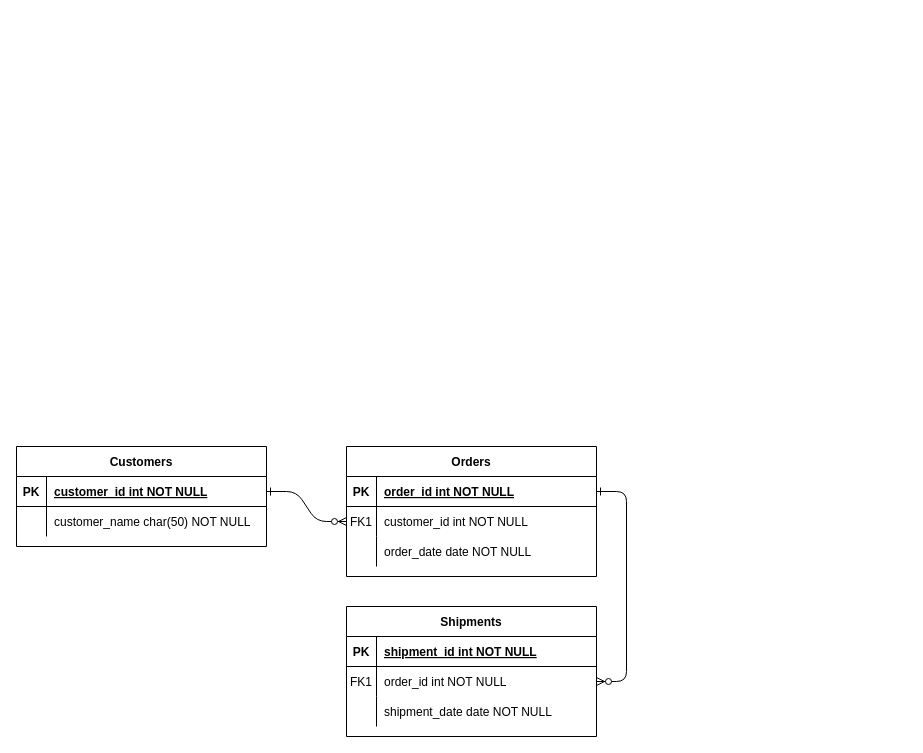
rlagudtn/Share keeps this draw.io diagram as ERD.drawio. Above is the earlier version. Source tidied: cells renumbered, new cells numbered last; positions are measured from the earlier drawing's top-left corner, leaving out a move shared by most shapes. Both pictures are drawn from the tidied source at 100%, with x=0, y=0 at pixel (16, 446).
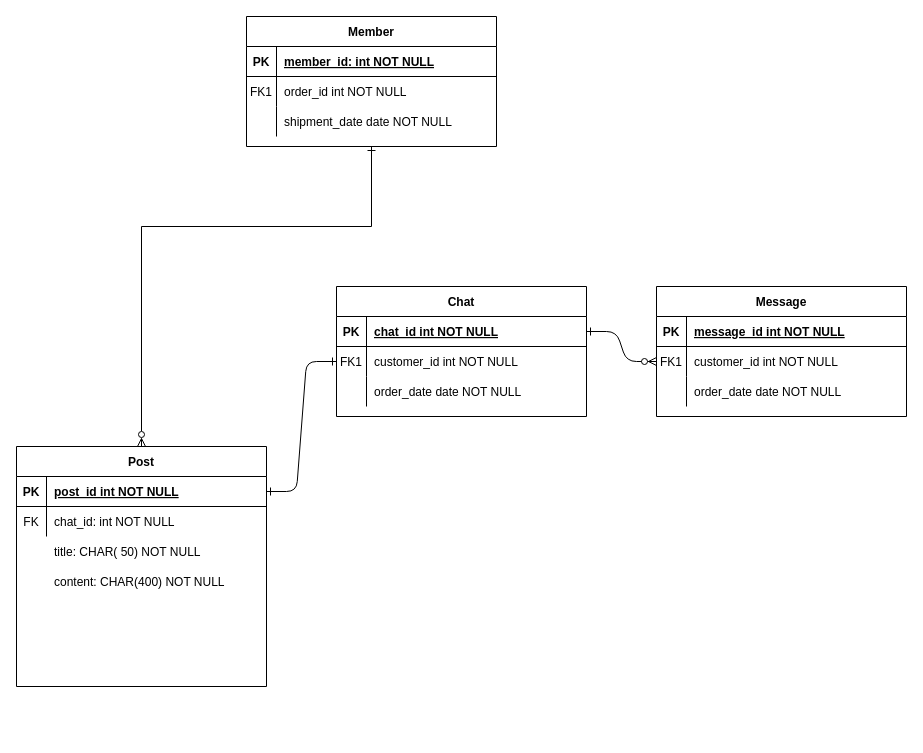
Above is the later version.

Unchanged cells that the change refers to:
```xml
<mxCell id="5" style="shape=partialRectangle;fillColor=none;points=[[0,0.5],[1,0.5]];portConstraint=eastwest;top=0;left=0;right=0;bottom=1;" parent="4" vertex="1">
  <mxGeometry y="30" width="250" height="30" as="geometry" />
</mxCell>
<mxCell id="8" style="shape=partialRectangle;fillColor=none;points=[[0,0.5],[1,0.5]];portConstraint=eastwest;top=0;left=0;right=0;bottom=0;" parent="4" vertex="1">
  <mxGeometry y="60" width="250" height="30" as="geometry" />
</mxCell>
<mxCell id="15" style="shape=partialRectangle;fillColor=none;top=0;left=0;right=0;bottom=1;" parent="14" vertex="1">
  <mxGeometry y="30" width="250" height="30" as="geometry" />
</mxCell>
<mxCell id="18" style="shape=partialRectangle;fillColor=none;points=[[0,0.5],[1,0.5]];portConstraint=eastwest;top=0;left=0;right=0;bottom=0;" parent="14" vertex="1">
  <mxGeometry y="60" width="250" height="30" as="geometry" />
</mxCell>
<mxCell id="25" style="shape=partialRectangle;fillColor=none;points=[[0,0.5],[1,0.5]];portConstraint=eastwest;top=0;left=0;right=0;bottom=1;" parent="24" vertex="1">
  <mxGeometry y="30" width="250" height="30" as="geometry" />
</mxCell>
<mxCell id="28" style="shape=partialRectangle;fillColor=none;top=0;left=0;right=0;bottom=0;" parent="24" vertex="1">
  <mxGeometry y="60" width="250" height="30" as="geometry" />
</mxCell>
```

What changed in the source:
```diff
@@
-    <mxCell id="2" style="edgeStyle=entityRelationEdgeStyle;endArrow=ERzeroToMany;startArrow=ERone;endFill=1;startFill=0;" parent="1" edge="1" source="25" target="8">
+    <mxCell id="2" style="edgeStyle=entityRelationEdgeStyle;endArrow=ERone;startArrow=ERone;endFill=0;startFill=0;" parent="1" edge="1" source="25" target="8">
       <mxGeometry relative="1" as="geometry" />
     </mxCell>
-    <mxCell id="3" style="edgeStyle=entityRelationEdgeStyle;endArrow=ERzeroToMany;startArrow=ERone;endFill=1;startFill=0;" parent="1" edge="1" source="5" target="18">
+    <mxCell id="3" style="edgeStyle=entityRelationEdgeStyle;endArrow=ERzeroToMany;startArrow=ERone;endFill=1;startFill=0;entryX=0;entryY=0.5;entryDx=0;entryDy=0;" parent="1" edge="1" source="5" target="36">
       <mxGeometry relative="1" as="geometry" />
     </mxCell>
-    <mxCell id="4" value="Orders" style="shape=table;startSize=30;childLayout=tableLayout;rowLines=0;fontStyle=1;align=center;" parent="1" vertex="1">
-      <mxGeometry x="330" width="250" height="130" as="geometry" />
+    <mxCell id="4" value="Chat" style="shape=table;startSize=30;childLayout=tableLayout;rowLines=0;fontStyle=1;align=center;" parent="1" vertex="1">
+      <mxGeometry x="320" y="-160" width="250" height="130" as="geometry" />
     </mxCell>
@@
-    <mxCell id="7" value="order_id int NOT NULL " style="shape=partialRectangle;overflow=hidden;fillColor=none;top=0;left=0;bottom=0;right=0;align=left;spacingLeft=6;fontStyle=5;" parent="5" vertex="1">
+    <mxCell id="7" value="chat_id int NOT NULL " style="shape=partialRectangle;overflow=hidden;fillColor=none;top=0;left=0;bottom=0;right=0;align=left;spacingLeft=6;fontStyle=5;" parent="5" vertex="1">
       <mxGeometry x="30" width="220" height="30" as="geometry" />
     </mxCell>
@@
+    <mxCell id="31" style="edgeStyle=orthogonalEdgeStyle;rounded=0;jettySize=auto;html=1;exitX=0.5;exitY=1;exitDx=0;exitDy=0;entryX=0.5;entryY=0;entryDx=0;entryDy=0;endArrow=ERzeroToMany;endFill=0;startArrow=ERone;startFill=0;" parent="1" edge="1" source="14" target="24">
+      <mxGeometry relative="1" as="geometry">
+        <Array as="points">
+          <mxPoint x="355" y="-220" />
+          <mxPoint x="125" y="-220" />
+        </Array>
+      </mxGeometry>
+    </mxCell>
-    <mxCell id="14" value="Shipments" style="shape=table;startSize=30;childLayout=tableLayout;rowLines=0;fontStyle=1;align=center;" parent="1" vertex="1">
-      <mxGeometry x="330" y="160" width="250" height="130" as="geometry" />
+    <mxCell id="14" value="Member" style="shape=table;startSize=30;childLayout=tableLayout;rowLines=0;fontStyle=1;align=center;" parent="1" vertex="1">
+      <mxGeometry x="230" y="-430" width="250" height="130" as="geometry" />
     </mxCell>
@@
-    <mxCell id="17" value="shipment_id int NOT NULL " style="shape=partialRectangle;overflow=hidden;fillColor=none;top=0;left=0;bottom=0;right=0;align=left;spacingLeft=6;fontStyle=5;" parent="15" vertex="1">
+    <mxCell id="17" value="member_id: int NOT NULL " style="shape=partialRectangle;overflow=hidden;fillColor=none;top=0;left=0;bottom=0;right=0;align=left;spacingLeft=6;fontStyle=5;" parent="15" vertex="1">
       <mxGeometry x="30" width="220" height="30" as="geometry" />
     </mxCell>
@@
-    <mxCell id="24" value="Customers" style="shape=table;startSize=30;childLayout=tableLayout;rowLines=0;fontStyle=1;align=center;" parent="1" vertex="1">
-      <mxGeometry width="250" height="100" as="geometry" />
+    <mxCell id="24" value="Post" style="shape=table;startSize=30;childLayout=tableLayout;rowLines=0;fontStyle=1;align=center;" parent="1" vertex="1">
+      <mxGeometry width="250" height="240" as="geometry" />
     </mxCell>
@@
-    <mxCell id="27" value="customer_id int NOT NULL " style="shape=partialRectangle;overflow=hidden;fillColor=none;top=0;left=0;bottom=0;right=0;align=left;spacingLeft=6;fontStyle=5;" parent="25" vertex="1">
+    <mxCell id="27" value="post_id int NOT NULL " style="shape=partialRectangle;overflow=hidden;fillColor=none;top=0;left=0;bottom=0;right=0;align=left;spacingLeft=6;fontStyle=5;" parent="25" vertex="1">
       <mxGeometry x="30" width="220" height="30" as="geometry" />
     </mxCell>
@@
-    <mxCell id="29" style="shape=partialRectangle;overflow=hidden;fillColor=none;top=0;left=0;bottom=0;right=0;" parent="28" vertex="1">
+    <mxCell id="29" value="FK" style="shape=partialRectangle;overflow=hidden;fillColor=none;top=0;left=0;bottom=0;right=0;" parent="28" vertex="1">
       <mxGeometry width="30" height="30" as="geometry" />
     </mxCell>
-    <mxCell id="30" value="customer_name char(50) NOT NULL" style="shape=partialRectangle;overflow=hidden;fillColor=none;top=0;left=0;bottom=0;right=0;align=left;spacingLeft=6;" parent="28" vertex="1">
+    <mxCell id="30" value="chat_id: int NOT NULL" style="shape=partialRectangle;overflow=hidden;fillColor=none;top=0;left=0;bottom=0;right=0;align=left;spacingLeft=6;" parent="28" vertex="1">
       <mxGeometry x="30" width="220" height="30" as="geometry" />
     </mxCell>
+    <mxCell id="32" value="Message" style="shape=table;startSize=30;childLayout=tableLayout;rowLines=0;fontStyle=1;align=center;" parent="1" vertex="1">
+      <mxGeometry x="640" y="-160" width="250" height="130" as="geometry" />
+    </mxCell>
+    <mxCell id="33" style="shape=partialRectangle;fillColor=none;top=0;left=0;right=0;bottom=1;" parent="32" vertex="1">
+      <mxGeometry y="30" width="250" height="30" as="geometry" />
+    </mxCell>
+    <mxCell id="34" value="PK" style="shape=partialRectangle;overflow=hidden;fillColor=none;top=0;left=0;bottom=0;right=0;fontStyle=1;" parent="33" vertex="1">
+      <mxGeometry width="30" height="30" as="geometry" />
+    </mxCell>
+    <mxCell id="35" value="message_id int NOT NULL " style="shape=partialRectangle;overflow=hidden;fillColor=none;top=0;left=0;bottom=0;right=0;align=left;spacingLeft=6;fontStyle=5;" parent="33" vertex="1">
+      <mxGeometry x="30" width="220" height="30" as="geometry" />
+    </mxCell>
+    <mxCell id="36" style="shape=partialRectangle;fillColor=none;points=[[0,0.5],[1,0.5]];portConstraint=eastwest;top=0;left=0;right=0;bottom=0;" parent="32" vertex="1">
+      <mxGeometry y="60" width="250" height="30" as="geometry" />
+    </mxCell>
+    <mxCell id="37" value="FK1" style="shape=partialRectangle;overflow=hidden;fillColor=none;top=0;left=0;bottom=0;right=0;" parent="36" vertex="1">
+      <mxGeometry width="30" height="30" as="geometry" />
+    </mxCell>
+    <mxCell id="38" value="customer_id int NOT NULL" style="shape=partialRectangle;overflow=hidden;fillColor=none;top=0;left=0;bottom=0;right=0;align=left;spacingLeft=6;" parent="36" vertex="1">
+      <mxGeometry x="30" width="220" height="30" as="geometry" />
+    </mxCell>
+    <mxCell id="39" style="shape=partialRectangle;fillColor=none;top=0;left=0;right=0;bottom=0;" parent="32" vertex="1">
+      <mxGeometry y="90" width="250" height="30" as="geometry" />
+    </mxCell>
+    <mxCell id="40" style="shape=partialRectangle;overflow=hidden;fillColor=none;top=0;left=0;bottom=0;right=0;" parent="39" vertex="1">
+      <mxGeometry width="30" height="30" as="geometry" />
+    </mxCell>
+    <mxCell id="41" value="order_date date NOT NULL" style="shape=partialRectangle;overflow=hidden;fillColor=none;top=0;left=0;bottom=0;right=0;align=left;spacingLeft=6;" parent="39" vertex="1">
+      <mxGeometry x="30" width="220" height="30" as="geometry" />
+    </mxCell>
+    <mxCell id="42" style="shape=partialRectangle;fillColor=none;top=0;left=0;right=0;bottom=0;" parent="1" vertex="1">
+      <mxGeometry y="90" width="250" height="30" as="geometry" />
+    </mxCell>
+    <mxCell id="43" style="shape=partialRectangle;overflow=hidden;fillColor=none;top=0;left=0;bottom=0;right=0;" parent="42" vertex="1">
+      <mxGeometry width="30" height="30" as="geometry" />
+    </mxCell>
+    <mxCell id="44" value="title: CHAR( 50) NOT NULL" style="shape=partialRectangle;overflow=hidden;fillColor=none;top=0;left=0;bottom=0;right=0;align=left;spacingLeft=6;" parent="42" vertex="1">
+      <mxGeometry x="30" width="220" height="30" as="geometry" />
+    </mxCell>
+    <mxCell id="45" style="shape=partialRectangle;fillColor=none;top=0;left=0;right=0;bottom=0;" parent="1" vertex="1">
+      <mxGeometry y="120" width="250" height="30" as="geometry" />
+    </mxCell>
+    <mxCell id="46" style="shape=partialRectangle;overflow=hidden;fillColor=none;top=0;left=0;bottom=0;right=0;" parent="45" vertex="1">
+      <mxGeometry width="30" height="30" as="geometry" />
+    </mxCell>
+    <mxCell id="47" value="content: CHAR(400) NOT NULL" style="shape=partialRectangle;overflow=hidden;fillColor=none;top=0;left=0;bottom=0;right=0;align=left;spacingLeft=6;" parent="45" vertex="1">
+      <mxGeometry x="30" width="220" height="30" as="geometry" />
+    </mxCell>
```
